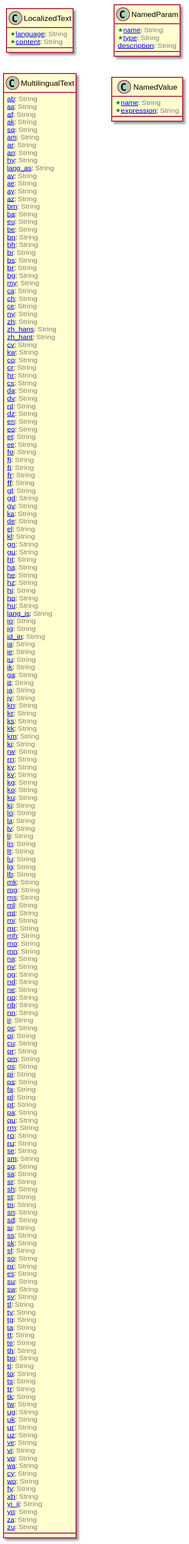
laplacian-core/common-model keeps this PlantUML diagram as doc/image/model-diagram.svg. Above is the earlier version.
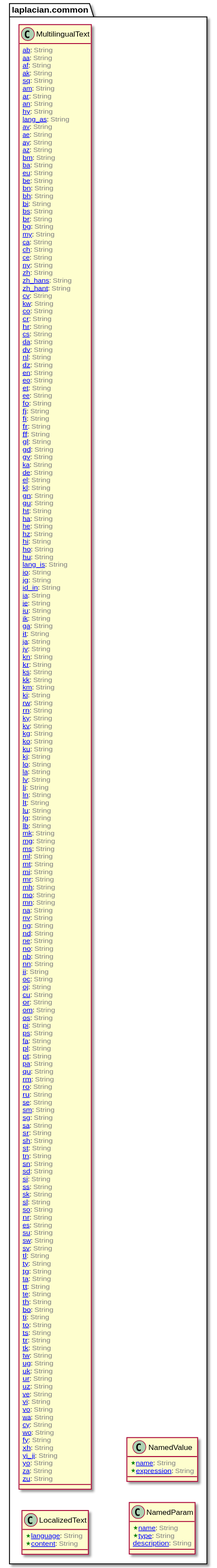
After the commit.

What changed in the source:
```diff
@@ -1,16 +1,14 @@
 @startuml
 left to right direction
 
-
-class LocalizedText [[/blob/master/doc/entities/LocalizedText.md]] {
+class laplacian.common.LocalizedText [[/blob/master/doc/entities/LocalizedText.md]] {
   <color:Green><&star></color>[[/blob/master/doc/entities/LocalizedText.md#language-string language]]: <color:GRAY>String</color>
   <color:Green><&star></color>[[/blob/master/doc/entities/LocalizedText.md#content-string content]]: <color:GRAY>String</color>
 }
 
 
 
-
-class MultilingualText [[/blob/master/doc/entities/MultilingualText.md]] {
+class laplacian.common.MultilingualText [[/blob/master/doc/entities/MultilingualText.md]] {
   [[/blob/master/doc/entities/MultilingualText.md#ab-string ab]]: <color:GRAY>String</color>
   [[/blob/master/doc/entities/MultilingualText.md#aa-string aa]]: <color:GRAY>String</color>
   [[/blob/master/doc/entities/MultilingualText.md#af-string af]]: <color:GRAY>String</color>
@@ -202,8 +200,7 @@
 
 
 
-
-class NamedParam [[/blob/master/doc/entities/NamedParam.md]] {
+class laplacian.common.NamedParam [[/blob/master/doc/entities/NamedParam.md]] {
   <color:Green><&star></color>[[/blob/master/doc/entities/NamedParam.md#name-string name]]: <color:GRAY>String</color>
   <color:Green><&star></color>[[/blob/master/doc/entities/NamedParam.md#type-string type]]: <color:GRAY>String</color>
   [[/blob/master/doc/entities/NamedParam.md#description-string description]]: <color:GRAY>String</color>
@@ -211,8 +208,7 @@
 
 
 
-
-class NamedValue [[/blob/master/doc/entities/NamedValue.md]] {
+class laplacian.common.NamedValue [[/blob/master/doc/entities/NamedValue.md]] {
   <color:Green><&star></color>[[/blob/master/doc/entities/NamedValue.md#name-string name]]: <color:GRAY>String</color>
   <color:Green><&star></color>[[/blob/master/doc/entities/NamedValue.md#expression-string expression]]: <color:GRAY>String</color>
 }
```
